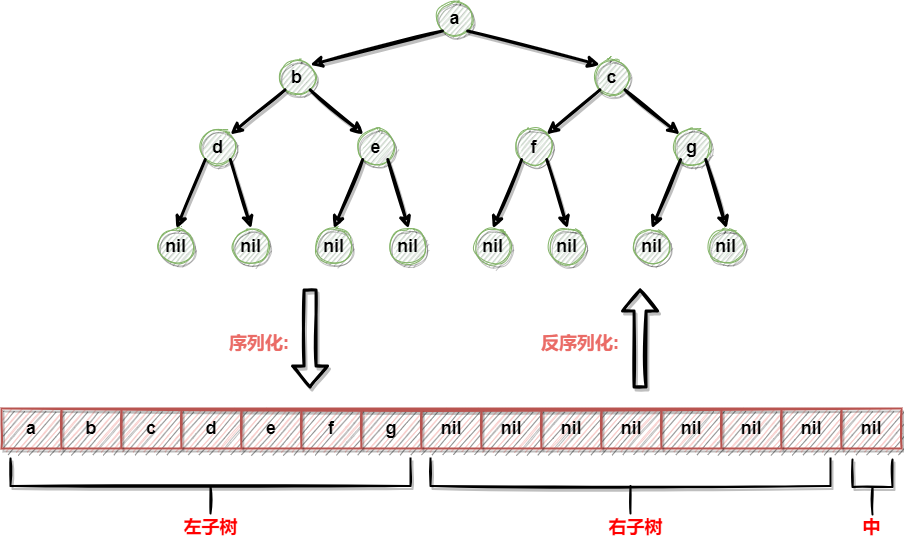
Before: algrithem/binary_tree_level_serialize.drawio.png, a diagram exported from draw.io (muxicode/c153080686). Source tidied: cells renumbered, new cells last; positions are measured from the earlier drawing's top-left corner, leaving out a move shared by most shapes.
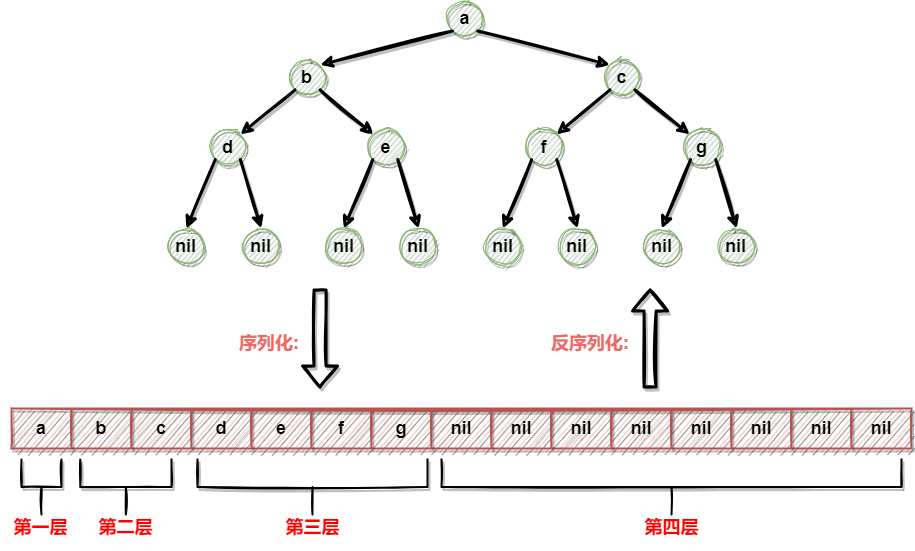
Later version of the same file.

What changed in the source:
```diff
@@ -174,22 +174,28 @@
       <mxGeometry x="528.6" y="328" width="90" height="30" as="geometry" />
     </mxCell>
     <mxCell id="53" style="strokeWidth=2;html=1;shape=mxgraph.flowchart.annotation_2;align=left;labelPosition=right;direction=north;fontStyle=1;tempflowAnimation=1;sketch=1;shadow=1;" parent="1" vertex="1">
-      <mxGeometry x="851" y="459" width="40" height="55" as="geometry" />
+      <mxGeometry x="10" y="459" width="40" height="55" as="geometry" />
     </mxCell>
-    <mxCell id="54" value="&lt;font color=&quot;#ff0000&quot;&gt;&lt;span style=&quot;font-size: 18px&quot;&gt;中&lt;/span&gt;&lt;/font&gt;" style="text;html=1;align=center;verticalAlign=middle;strokeColor=none;fillColor=none;fontStyle=1;tempflowAnimation=1;sketch=1;shadow=1;" parent="1" vertex="1">
-      <mxGeometry x="854.7" y="517" width="30" height="20" as="geometry" />
+    <mxCell id="54" value="&lt;font color=&quot;#ff0000&quot;&gt;&lt;span style=&quot;font-size: 18px;&quot;&gt;第一层&lt;/span&gt;&lt;/font&gt;" style="text;html=1;align=center;verticalAlign=middle;strokeColor=none;fillColor=none;fontStyle=1;tempflowAnimation=1;sketch=1;shadow=1;" parent="1" vertex="1">
+      <mxGeometry x="-11.3" y="507" width="80" height="40" as="geometry" />
     </mxCell>
     <mxCell id="55" style="strokeWidth=2;html=1;shape=mxgraph.flowchart.annotation_2;align=left;labelPosition=right;direction=north;fontStyle=1;tempflowAnimation=1;sketch=1;shadow=1;" parent="1" vertex="1">
-      <mxGeometry x="9" y="458" width="400" height="55" as="geometry" />
+      <mxGeometry x="68.7" y="459" width="91.3" height="55" as="geometry" />
     </mxCell>
-    <mxCell id="56" value="&lt;font color=&quot;#ff0000&quot;&gt;&lt;span style=&quot;font-size: 18px&quot;&gt;左子树&lt;/span&gt;&lt;/font&gt;" style="text;html=1;align=center;verticalAlign=middle;strokeColor=none;fillColor=none;fontStyle=1;tempflowAnimation=1;sketch=1;shadow=1;" parent="1" vertex="1">
-      <mxGeometry x="174" y="517" width="70" height="20" as="geometry" />
-    </mxCell>
     <mxCell id="57" style="strokeWidth=2;html=1;shape=mxgraph.flowchart.annotation_2;align=left;labelPosition=right;direction=north;fontStyle=1;tempflowAnimation=1;sketch=1;shadow=1;" parent="1" vertex="1">
-      <mxGeometry x="429" y="458" width="400" height="55" as="geometry" />
+      <mxGeometry x="186" y="459" width="230" height="55" as="geometry" />
     </mxCell>
-    <mxCell id="58" value="&lt;font color=&quot;#ff0000&quot;&gt;&lt;span style=&quot;font-size: 18px&quot;&gt;右子树&lt;/span&gt;&lt;/font&gt;" style="text;html=1;align=center;verticalAlign=middle;strokeColor=none;fillColor=none;fontStyle=1;tempflowAnimation=1;sketch=1;shadow=1;" parent="1" vertex="1">
-      <mxGeometry x="599" y="517" width="70" height="20" as="geometry" />
+    <mxCell id="58" value="&lt;font color=&quot;#ff0000&quot;&gt;&lt;span style=&quot;font-size: 18px&quot;&gt;第三层&lt;/span&gt;&lt;/font&gt;" style="text;html=1;align=center;verticalAlign=middle;strokeColor=none;fillColor=none;fontStyle=1;tempflowAnimation=1;sketch=1;shadow=1;" parent="1" vertex="1">
+      <mxGeometry x="261" y="507" width="80" height="40" as="geometry" />
     </mxCell>
+    <mxCell id="59" value="&lt;font color=&quot;#ff0000&quot;&gt;&lt;span style=&quot;font-size: 18px;&quot;&gt;第二层&lt;/span&gt;&lt;/font&gt;" style="text;html=1;align=center;verticalAlign=middle;strokeColor=none;fillColor=none;fontStyle=1;tempflowAnimation=1;sketch=1;shadow=1;" parent="1" vertex="1">
+      <mxGeometry x="74.4" y="507" width="80" height="40" as="geometry" />
+    </mxCell>
+    <mxCell id="60" style="strokeWidth=2;html=1;shape=mxgraph.flowchart.annotation_2;align=left;labelPosition=right;direction=north;fontStyle=1;tempflowAnimation=1;sketch=1;shadow=1;" parent="1" vertex="1">
+      <mxGeometry x="430" y="459" width="460" height="55" as="geometry" />
+    </mxCell>
+    <mxCell id="61" value="&lt;font color=&quot;#ff0000&quot;&gt;&lt;span style=&quot;font-size: 18px&quot;&gt;第四层&lt;/span&gt;&lt;/font&gt;" style="text;html=1;align=center;verticalAlign=middle;strokeColor=none;fillColor=none;fontStyle=1;tempflowAnimation=1;sketch=1;shadow=1;" parent="1" vertex="1">
+      <mxGeometry x="620" y="507" width="80" height="40" as="geometry" />
+    </mxCell>
   </root>
 </mxGraphModel>
```
